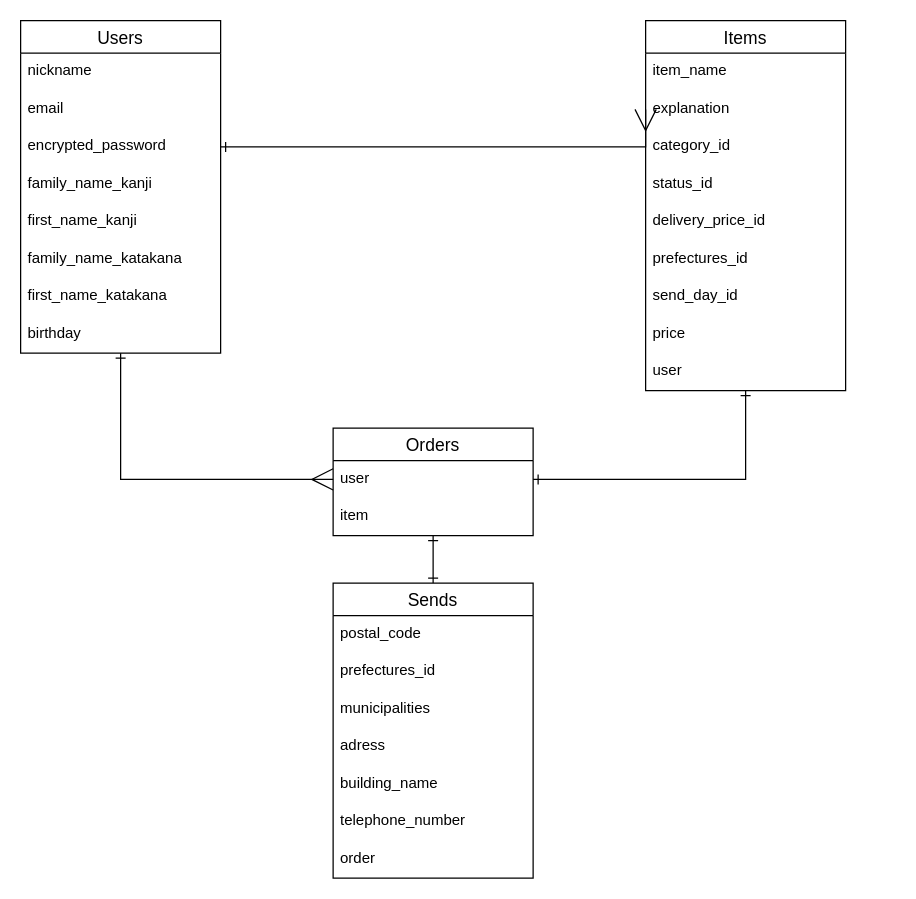
Earlier version of the draw.io diagram furima35909.dio (blue8leaf/furima-35909). Source tidied: cells renumbered, new cells numbered last; positions are measured from the earlier drawing's top-left corner, leaving out a move shared by most shapes. Both pictures are drawn from the tidied source at 125%, with x=0, y=0 at pixel (20, 20).
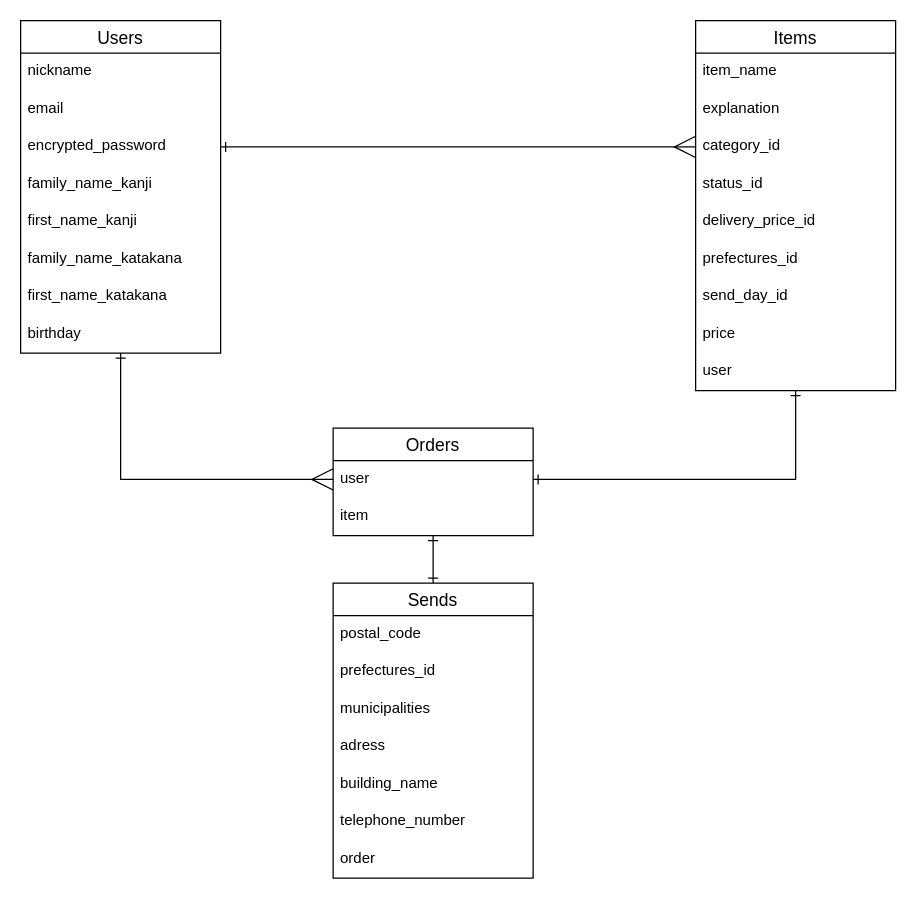
Above is the later version.

Unchanged cells that the change refers to:
```xml
<mxCell id="6" value="encrypted_password" style="text;strokeColor=none;fillColor=none;spacingLeft=4;spacingRight=4;overflow=hidden;points=[[0,0.5],[1,0.5]];portConstraint=eastwest;fontSize=12;" parent="3" vertex="1">
  <mxGeometry y="86" width="160" height="30" as="geometry" />
</mxCell>
<mxCell id="15" value="explanation" style="text;strokeColor=none;fillColor=none;spacingLeft=4;spacingRight=4;overflow=hidden;points=[[0,0.5],[1,0.5]];portConstraint=eastwest;fontSize=12;" parent="13" vertex="1">
  <mxGeometry y="56" width="160" height="30" as="geometry" />
</mxCell>
```

The edit, as a diff of the source:
```diff
@@
     <mxCell id="13" value="Items" style="swimlane;fontStyle=0;horizontal=1;startSize=26;align=center;fontSize=14;" parent="1" vertex="1">
-      <mxGeometry x="500" width="160" height="296" as="geometry" />
+      <mxGeometry x="540" width="160" height="296" as="geometry" />
     </mxCell>
@@
-    <mxCell id="35" style="edgeStyle=orthogonalEdgeStyle;rounded=0;jettySize=auto;html=1;exitX=1;exitY=0.5;exitDx=0;exitDy=0;entryX=0;entryY=0.5;entryDx=0;entryDy=0;endArrow=ERmany;endFill=0;startArrow=ERone;startFill=0;endSize=15;jumpSize=6;" parent="1" edge="1" source="6" target="15">
+    <mxCell id="35" style="edgeStyle=orthogonalEdgeStyle;rounded=0;jettySize=auto;html=1;exitX=1;exitY=0.5;exitDx=0;exitDy=0;endArrow=ERmany;endFill=0;startArrow=ERone;startFill=0;endSize=15;jumpSize=6;" parent="1" edge="1" source="6">
       <mxGeometry relative="1" as="geometry">
+        <mxPoint x="540" y="101" as="targetPoint" />
         <Array as="points">
-          <mxPoint x="320" y="101" />
-          <mxPoint x="320" y="101" />
+          <mxPoint x="540" y="101" />
         </Array>
       </mxGeometry>
     </mxCell>
```
